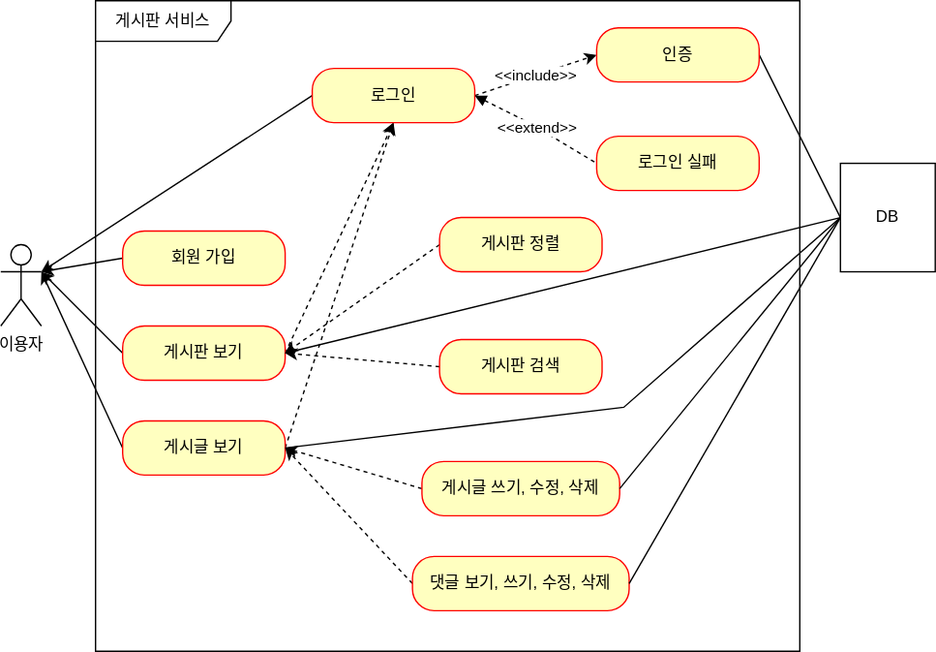
Before: doc/use-case.svg, a diagram exported from draw.io (JadeKim042386/project-board). Source tidied: cells renumbered, new cells last; positions are measured from the earlier drawing's top-left corner, leaving out a move shared by most shapes.
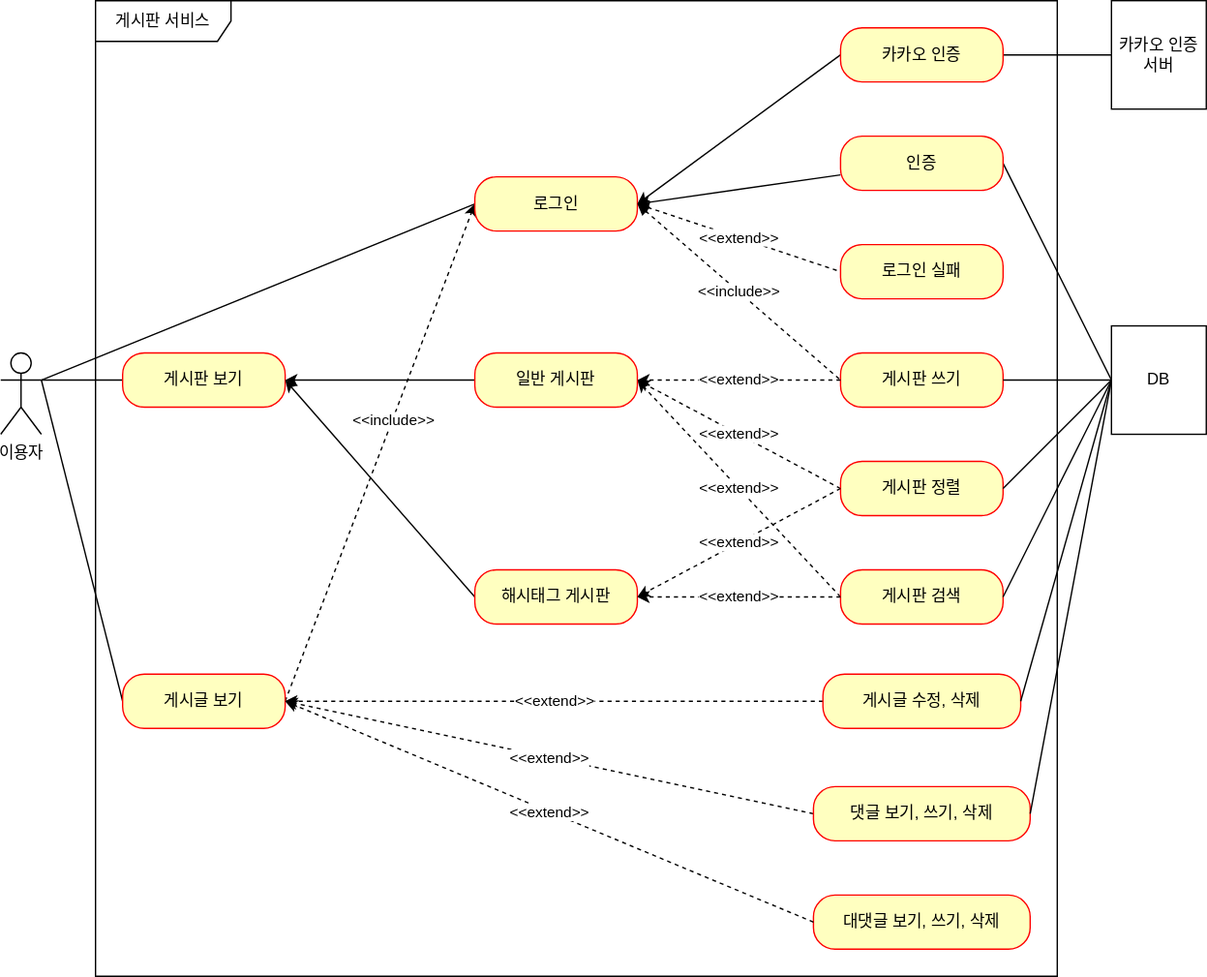
After the commit.

Commit message:
doc: 유즈 케이스 업데이트: 카카오 인증, 대댓글 기능 추가 #60

Diff of the diagram source:
```diff
@@ -3,93 +3,76 @@
     <mxCell id="0" />
     <mxCell id="1" parent="0" />
     <mxCell id="2" value="이용자&lt;br&gt;" style="shape=umlActor;verticalLabelPosition=bottom;verticalAlign=top;html=1;" parent="1" vertex="1">
-      <mxGeometry y="180" width="30" height="60" as="geometry" />
+      <mxGeometry x="-70" y="180" width="30" height="60" as="geometry" />
     </mxCell>
     <mxCell id="3" value="게시판 서비스" style="shape=umlFrame;whiteSpace=wrap;html=1;width=100;height=30;" parent="1" vertex="1">
-      <mxGeometry x="70" width="520" height="480" as="geometry" />
+      <mxGeometry y="-80" width="710" height="720" as="geometry" />
     </mxCell>
-    <mxCell id="4" style="rounded=0;jettySize=auto;html=1;exitX=0;exitY=0.5;exitDx=0;exitDy=0;entryX=1;entryY=0.3333333333333333;entryDx=0;entryDy=0;entryPerimeter=0;" parent="1" edge="1" source="5" target="2">
-      <mxGeometry relative="1" as="geometry" />
-    </mxCell>
-    <mxCell id="5" value="회원 가입" style="rounded=1;whiteSpace=wrap;html=1;arcSize=40;fontColor=#000000;fillColor=#ffffc0;strokeColor=#ff0000;" parent="1" vertex="1">
-      <mxGeometry x="90" y="170" width="120" height="40" as="geometry" />
-    </mxCell>
-    <mxCell id="6" style="rounded=0;jettySize=auto;html=1;exitX=0;exitY=0.5;exitDx=0;exitDy=0;entryX=1;entryY=0.3333333333333333;entryDx=0;entryDy=0;entryPerimeter=0;" parent="1" edge="1" source="8" target="2">
+    <mxCell id="6" style="rounded=0;jettySize=auto;html=1;exitX=0;exitY=0.5;exitDx=0;exitDy=0;entryX=1;entryY=0.3333333333333333;entryDx=0;entryDy=0;entryPerimeter=0;endArrow=none;endFill=0;" parent="1" edge="1" source="8" target="2">
       <mxGeometry relative="1" as="geometry" />
     </mxCell>
-    <mxCell id="7" style="rounded=0;jettySize=auto;html=1;entryX=0.5;entryY=1;entryDx=0;entryDy=0;dashed=1;exitX=1;exitY=0.5;exitDx=0;exitDy=0;" parent="1" edge="1" source="8" target="15">
-      <mxGeometry relative="1" as="geometry" />
-    </mxCell>
     <mxCell id="8" value="게시판 보기" style="rounded=1;whiteSpace=wrap;html=1;arcSize=40;fontColor=#000000;fillColor=#ffffc0;strokeColor=#ff0000;" parent="1" vertex="1">
-      <mxGeometry x="90" y="240" width="120" height="40" as="geometry" />
+      <mxGeometry x="20" y="180" width="120" height="40" as="geometry" />
     </mxCell>
-    <mxCell id="9" style="rounded=0;jettySize=auto;html=1;entryX=1;entryY=0.3333333333333333;entryDx=0;entryDy=0;entryPerimeter=0;exitX=0;exitY=0.5;exitDx=0;exitDy=0;" parent="1" edge="1" source="11" target="2">
+    <mxCell id="9" style="rounded=0;jettySize=auto;html=1;entryX=1;entryY=0.3333333333333333;entryDx=0;entryDy=0;entryPerimeter=0;exitX=0;exitY=0.5;exitDx=0;exitDy=0;endArrow=none;endFill=0;" parent="1" edge="1" source="11" target="2">
       <mxGeometry relative="1" as="geometry" />
     </mxCell>
-    <mxCell id="10" style="rounded=0;jettySize=auto;html=1;entryX=0.5;entryY=1;entryDx=0;entryDy=0;dashed=1;exitX=1;exitY=0.5;exitDx=0;exitDy=0;" parent="1" edge="1" source="11" target="15">
-      <mxGeometry relative="1" as="geometry" />
+    <mxCell id="10" value="&amp;lt;&amp;lt;include&amp;gt;&amp;gt;" style="rounded=0;jettySize=auto;html=1;entryX=0;entryY=0.5;entryDx=0;entryDy=0;dashed=1;exitX=1;exitY=0.5;exitDx=0;exitDy=0;" parent="1" edge="1" source="11" target="15">
+      <mxGeometry x="0.13" y="-1" relative="1" as="geometry" />
     </mxCell>
     <mxCell id="11" value="게시글 보기" style="rounded=1;whiteSpace=wrap;html=1;arcSize=40;fontColor=#000000;fillColor=#ffffc0;strokeColor=#ff0000;" parent="1" vertex="1">
-      <mxGeometry x="90" y="310" width="120" height="40" as="geometry" />
+      <mxGeometry x="20" y="417" width="120" height="40" as="geometry" />
     </mxCell>
-    <mxCell id="12" style="rounded=0;jettySize=auto;html=1;exitX=0;exitY=0.5;exitDx=0;exitDy=0;entryX=1;entryY=0.3333333333333333;entryDx=0;entryDy=0;entryPerimeter=0;" parent="1" edge="1" source="15" target="2">
+    <mxCell id="12" style="rounded=0;jettySize=auto;html=1;exitX=0;exitY=0.5;exitDx=0;exitDy=0;entryX=1;entryY=0.3333333333333333;entryDx=0;entryDy=0;entryPerimeter=0;endArrow=none;endFill=0;" parent="1" edge="1" source="15" target="2">
       <mxGeometry relative="1" as="geometry" />
     </mxCell>
-    <mxCell id="13" value="&amp;lt;&amp;lt;include&amp;gt;&amp;gt;" style="jettySize=auto;html=1;entryX=0;entryY=0.5;entryDx=0;entryDy=0;rounded=0;dashed=1;exitX=1;exitY=0.5;exitDx=0;exitDy=0;" parent="1" edge="1" source="15" target="17">
-      <mxGeometry relative="1" as="geometry" />
-    </mxCell>
     <mxCell id="14" value="&amp;lt;&amp;lt;extend&amp;gt;&amp;gt;" style="rounded=0;jettySize=auto;html=1;entryX=0;entryY=0.5;entryDx=0;entryDy=0;startArrow=block;startFill=1;endArrow=none;endFill=0;exitX=1;exitY=0.5;exitDx=0;exitDy=0;dashed=1;" parent="1" edge="1" source="15" target="22">
-      <mxGeometry relative="1" as="geometry">
-        <Array as="points">
-          <mxPoint x="390" y="90" />
-        </Array>
-      </mxGeometry>
+      <mxGeometry relative="1" as="geometry" />
     </mxCell>
     <mxCell id="15" value="로그인" style="rounded=1;whiteSpace=wrap;html=1;arcSize=40;fontColor=#000000;fillColor=#ffffc0;strokeColor=#ff0000;" parent="1" vertex="1">
-      <mxGeometry x="230" y="50" width="120" height="40" as="geometry" />
+      <mxGeometry x="280" y="50" width="120" height="40" as="geometry" />
     </mxCell>
     <mxCell id="16" style="edgeStyle=none;rounded=0;jettySize=auto;html=1;entryX=0;entryY=0.5;entryDx=0;entryDy=0;exitX=1;exitY=0.5;exitDx=0;exitDy=0;endArrow=none;endFill=0;" parent="1" edge="1" source="17" target="31">
       <mxGeometry relative="1" as="geometry" />
     </mxCell>
+    <mxCell id="32" style="rounded=0;jettySize=auto;html=1;entryX=1;entryY=0.5;entryDx=0;entryDy=0;" parent="1" edge="1" source="17" target="15">
+      <mxGeometry relative="1" as="geometry" />
+    </mxCell>
     <mxCell id="17" value="인증" style="rounded=1;whiteSpace=wrap;html=1;arcSize=40;fontColor=#000000;fillColor=#ffffc0;strokeColor=#ff0000;" parent="1" vertex="1">
-      <mxGeometry x="440" y="20" width="120" height="40" as="geometry" />
+      <mxGeometry x="550" y="20" width="120" height="40" as="geometry" />
     </mxCell>
-    <mxCell id="18" style="edgeStyle=none;rounded=0;jettySize=auto;html=1;entryX=1;entryY=0.5;entryDx=0;entryDy=0;dashed=1;exitX=0;exitY=0.5;exitDx=0;exitDy=0;" parent="1" edge="1" source="19" target="8">
+    <mxCell id="18" value="&amp;lt;&amp;lt;extend&amp;gt;&amp;gt;" style="edgeStyle=none;rounded=0;jettySize=auto;html=1;entryX=1;entryY=0.5;entryDx=0;entryDy=0;dashed=1;exitX=0;exitY=0.5;exitDx=0;exitDy=0;" parent="1" edge="1" source="19" target="34">
       <mxGeometry relative="1" as="geometry" />
     </mxCell>
     <mxCell id="19" value="게시판 정렬" style="rounded=1;whiteSpace=wrap;html=1;arcSize=40;fontColor=#000000;fillColor=#ffffc0;strokeColor=#ff0000;" parent="1" vertex="1">
-      <mxGeometry x="324" y="160" width="120" height="40" as="geometry" />
+      <mxGeometry x="550" y="260" width="120" height="40" as="geometry" />
     </mxCell>
-    <mxCell id="20" style="edgeStyle=none;rounded=0;jettySize=auto;html=1;entryX=1;entryY=0.5;entryDx=0;entryDy=0;dashed=1;exitX=0;exitY=0.5;exitDx=0;exitDy=0;" parent="1" edge="1" source="21" target="8">
+    <mxCell id="20" value="&amp;lt;&amp;lt;extend&amp;gt;&amp;gt;" style="edgeStyle=none;rounded=0;jettySize=auto;html=1;dashed=1;exitX=0;exitY=0.5;exitDx=0;exitDy=0;entryX=1;entryY=0.5;entryDx=0;entryDy=0;" parent="1" edge="1" source="21" target="34">
       <mxGeometry relative="1" as="geometry" />
     </mxCell>
     <mxCell id="21" value="게시판 검색" style="rounded=1;whiteSpace=wrap;html=1;arcSize=40;fontColor=#000000;fillColor=#ffffc0;strokeColor=#ff0000;" parent="1" vertex="1">
-      <mxGeometry x="324" y="250" width="120" height="40" as="geometry" />
+      <mxGeometry x="550" y="340" width="120" height="40" as="geometry" />
     </mxCell>
     <mxCell id="22" value="로그인 실패" style="rounded=1;whiteSpace=wrap;html=1;arcSize=40;fontColor=#000000;fillColor=#ffffc0;strokeColor=#ff0000;" parent="1" vertex="1">
-      <mxGeometry x="440" y="100" width="120" height="40" as="geometry" />
+      <mxGeometry x="550" y="100" width="120" height="40" as="geometry" />
     </mxCell>
-    <mxCell id="23" style="edgeStyle=none;rounded=0;jettySize=auto;html=1;entryX=1;entryY=0.5;entryDx=0;entryDy=0;exitX=0;exitY=0.5;exitDx=0;exitDy=0;dashed=1;" parent="1" edge="1" source="24" target="11">
+    <mxCell id="23" value="&amp;lt;&amp;lt;extend&amp;gt;&amp;gt;" style="edgeStyle=none;rounded=0;jettySize=auto;html=1;entryX=1;entryY=0.5;entryDx=0;entryDy=0;exitX=0;exitY=0.5;exitDx=0;exitDy=0;dashed=1;" parent="1" edge="1" source="24" target="11">
       <mxGeometry relative="1" as="geometry" />
     </mxCell>
-    <mxCell id="24" value="게시글 쓰기, 수정, 삭제" style="rounded=1;whiteSpace=wrap;html=1;arcSize=40;fontColor=#000000;fillColor=#ffffc0;strokeColor=#ff0000;" parent="1" vertex="1">
-      <mxGeometry x="311" y="340" width="146" height="40" as="geometry" />
+    <mxCell id="24" value="게시글 수정, 삭제" style="rounded=1;whiteSpace=wrap;html=1;arcSize=40;fontColor=#000000;fillColor=#ffffc0;strokeColor=#ff0000;" parent="1" vertex="1">
+      <mxGeometry x="537" y="417" width="146" height="40" as="geometry" />
     </mxCell>
-    <mxCell id="25" style="edgeStyle=none;rounded=0;jettySize=auto;html=1;entryX=1;entryY=0.5;entryDx=0;entryDy=0;exitX=0;exitY=0.5;exitDx=0;exitDy=0;dashed=1;" parent="1" edge="1" source="26" target="11">
+    <mxCell id="25" value="&amp;lt;&amp;lt;extend&amp;gt;&amp;gt;" style="edgeStyle=none;rounded=0;jettySize=auto;html=1;entryX=1;entryY=0.5;entryDx=0;entryDy=0;exitX=0;exitY=0.5;exitDx=0;exitDy=0;dashed=1;" parent="1" edge="1" source="26" target="11">
       <mxGeometry relative="1" as="geometry" />
     </mxCell>
-    <mxCell id="26" value="댓글 보기, 쓰기, 수정, 삭제" style="rounded=1;whiteSpace=wrap;html=1;arcSize=40;fontColor=#000000;fillColor=#ffffc0;strokeColor=#ff0000;" parent="1" vertex="1">
-      <mxGeometry x="304" y="410" width="160" height="40" as="geometry" />
+    <mxCell id="26" value="댓글 보기, 쓰기, 삭제" style="rounded=1;whiteSpace=wrap;html=1;arcSize=40;fontColor=#000000;fillColor=#ffffc0;strokeColor=#ff0000;" parent="1" vertex="1">
+      <mxGeometry x="530" y="500" width="160" height="40" as="geometry" />
     </mxCell>
-    <mxCell id="27" style="edgeStyle=none;rounded=0;jettySize=auto;html=1;entryX=1;entryY=0.5;entryDx=0;entryDy=0;endArrow=none;endFill=0;exitX=0;exitY=0.5;exitDx=0;exitDy=0;" parent="1" edge="1" source="31" target="8">
+    <mxCell id="27" style="edgeStyle=none;rounded=0;jettySize=auto;html=1;entryX=1;entryY=0.5;entryDx=0;entryDy=0;endArrow=none;endFill=0;exitX=0;exitY=0.5;exitDx=0;exitDy=0;" parent="1" edge="1" source="31" target="19">
       <mxGeometry relative="1" as="geometry" />
     </mxCell>
-    <mxCell id="28" style="edgeStyle=none;rounded=0;jettySize=auto;html=1;entryX=1;entryY=0.5;entryDx=0;entryDy=0;exitX=0;exitY=0.5;exitDx=0;exitDy=0;endArrow=none;endFill=0;" parent="1" edge="1" source="31" target="11">
-      <mxGeometry relative="1" as="geometry">
-        <Array as="points">
-          <mxPoint x="460" y="300" />
-        </Array>
-      </mxGeometry>
+    <mxCell id="28" style="edgeStyle=none;rounded=0;jettySize=auto;html=1;entryX=1;entryY=0.5;entryDx=0;entryDy=0;exitX=0;exitY=0.5;exitDx=0;exitDy=0;endArrow=none;endFill=0;" parent="1" edge="1" source="31" target="21">
+      <mxGeometry relative="1" as="geometry" />
     </mxCell>
     <mxCell id="29" style="edgeStyle=none;rounded=0;jettySize=auto;html=1;entryX=1;entryY=0.5;entryDx=0;entryDy=0;endArrow=none;endFill=0;exitX=0;exitY=0.5;exitDx=0;exitDy=0;" parent="1" edge="1" source="31" target="24">
       <mxGeometry relative="1" as="geometry" />
@@ -98,7 +81,55 @@
       <mxGeometry relative="1" as="geometry" />
     </mxCell>
     <mxCell id="31" value="DB" style="html=1;whiteSpace=wrap;" parent="1" vertex="1">
-      <mxGeometry x="620" y="120" width="70" height="80" as="geometry" />
+      <mxGeometry x="750" y="160" width="70" height="80" as="geometry" />
     </mxCell>
+    <mxCell id="33" style="edgeStyle=orthogonalEdgeStyle;rounded=0;jettySize=auto;html=1;entryX=1;entryY=0.5;entryDx=0;entryDy=0;" parent="1" edge="1" source="34" target="8">
+      <mxGeometry relative="1" as="geometry" />
+    </mxCell>
+    <mxCell id="34" value="일반 게시판" style="rounded=1;whiteSpace=wrap;html=1;arcSize=40;fontColor=#000000;fillColor=#ffffc0;strokeColor=#ff0000;" parent="1" vertex="1">
+      <mxGeometry x="280" y="180" width="120" height="40" as="geometry" />
+    </mxCell>
+    <mxCell id="35" style="rounded=0;jettySize=auto;html=1;entryX=1;entryY=0.5;entryDx=0;entryDy=0;exitX=0;exitY=0.5;exitDx=0;exitDy=0;" parent="1" edge="1" source="36" target="8">
+      <mxGeometry relative="1" as="geometry" />
+    </mxCell>
+    <mxCell id="36" value="해시태그 게시판" style="rounded=1;whiteSpace=wrap;html=1;arcSize=40;fontColor=#000000;fillColor=#ffffc0;strokeColor=#ff0000;" parent="1" vertex="1">
+      <mxGeometry x="280" y="340" width="120" height="40" as="geometry" />
+    </mxCell>
+    <mxCell id="37" value="대댓글 보기, 쓰기, 삭제" style="rounded=1;whiteSpace=wrap;html=1;arcSize=40;fontColor=#000000;fillColor=#ffffc0;strokeColor=#ff0000;" parent="1" vertex="1">
+      <mxGeometry x="530" y="580" width="160" height="40" as="geometry" />
+    </mxCell>
+    <mxCell id="38" value="&amp;lt;&amp;lt;extend&amp;gt;&amp;gt;" style="edgeStyle=none;rounded=0;jettySize=auto;html=1;entryX=1;entryY=0.5;entryDx=0;entryDy=0;exitX=0;exitY=0.5;exitDx=0;exitDy=0;dashed=1;" parent="1" edge="1" source="37" target="11">
+      <mxGeometry relative="1" as="geometry" />
+    </mxCell>
+    <mxCell id="39" value="게시판 쓰기" style="rounded=1;whiteSpace=wrap;html=1;arcSize=40;fontColor=#000000;fillColor=#ffffc0;strokeColor=#ff0000;" parent="1" vertex="1">
+      <mxGeometry x="550" y="180" width="120" height="40" as="geometry" />
+    </mxCell>
+    <mxCell id="40" value="&amp;lt;&amp;lt;extend&amp;gt;&amp;gt;" style="edgeStyle=none;rounded=0;jettySize=auto;html=1;entryX=1;entryY=0.5;entryDx=0;entryDy=0;dashed=1;exitX=0;exitY=0.5;exitDx=0;exitDy=0;" parent="1" edge="1" source="39" target="34">
+      <mxGeometry relative="1" as="geometry" />
+    </mxCell>
+    <mxCell id="41" style="edgeStyle=none;rounded=0;jettySize=auto;html=1;entryX=1;entryY=0.5;entryDx=0;entryDy=0;endArrow=none;endFill=0;exitX=0;exitY=0.5;exitDx=0;exitDy=0;" parent="1" edge="1" source="31" target="39">
+      <mxGeometry relative="1" as="geometry" />
+    </mxCell>
+    <mxCell id="42" value="&amp;lt;&amp;lt;extend&amp;gt;&amp;gt;" style="edgeStyle=none;rounded=0;jettySize=auto;html=1;dashed=1;exitX=0;exitY=0.5;exitDx=0;exitDy=0;entryX=1;entryY=0.5;entryDx=0;entryDy=0;" parent="1" edge="1" source="19" target="36">
+      <mxGeometry relative="1" as="geometry" />
+    </mxCell>
+    <mxCell id="43" value="&amp;lt;&amp;lt;extend&amp;gt;&amp;gt;" style="edgeStyle=none;rounded=0;jettySize=auto;html=1;dashed=1;exitX=0;exitY=0.5;exitDx=0;exitDy=0;entryX=1;entryY=0.5;entryDx=0;entryDy=0;" parent="1" edge="1" source="21" target="36">
+      <mxGeometry relative="1" as="geometry" />
+    </mxCell>
+    <mxCell id="13" value="&amp;lt;&amp;lt;include&amp;gt;&amp;gt;" style="rounded=0;jettySize=auto;html=1;entryX=0;entryY=0.5;entryDx=0;entryDy=0;startArrow=block;startFill=1;endArrow=none;endFill=0;exitX=1;exitY=0.5;exitDx=0;exitDy=0;dashed=1;" parent="1" edge="1" source="15" target="39">
+      <mxGeometry relative="1" as="geometry" />
+    </mxCell>
+    <mxCell id="44" style="rounded=0;jettySize=auto;html=1;exitX=1;exitY=0.5;exitDx=0;exitDy=0;entryX=0;entryY=0.5;entryDx=0;entryDy=0;endArrow=none;endFill=0;" parent="1" edge="1" source="46" target="47">
+      <mxGeometry relative="1" as="geometry" />
+    </mxCell>
+    <mxCell id="45" style="rounded=0;jettySize=auto;html=1;exitX=0;exitY=0.5;exitDx=0;exitDy=0;entryX=1;entryY=0.5;entryDx=0;entryDy=0;" parent="1" edge="1" source="46" target="15">
+      <mxGeometry relative="1" as="geometry" />
+    </mxCell>
+    <mxCell id="46" value="카카오 인증" style="rounded=1;whiteSpace=wrap;html=1;arcSize=40;fontColor=#000000;fillColor=#ffffc0;strokeColor=#ff0000;" parent="1" vertex="1">
+      <mxGeometry x="550" y="-60" width="120" height="40" as="geometry" />
+    </mxCell>
+    <mxCell id="47" value="카카오 인증 서버" style="html=1;whiteSpace=wrap;" parent="1" vertex="1">
+      <mxGeometry x="750" y="-80" width="70" height="80" as="geometry" />
+    </mxCell>
   </root>
 </mxGraphModel>
```
